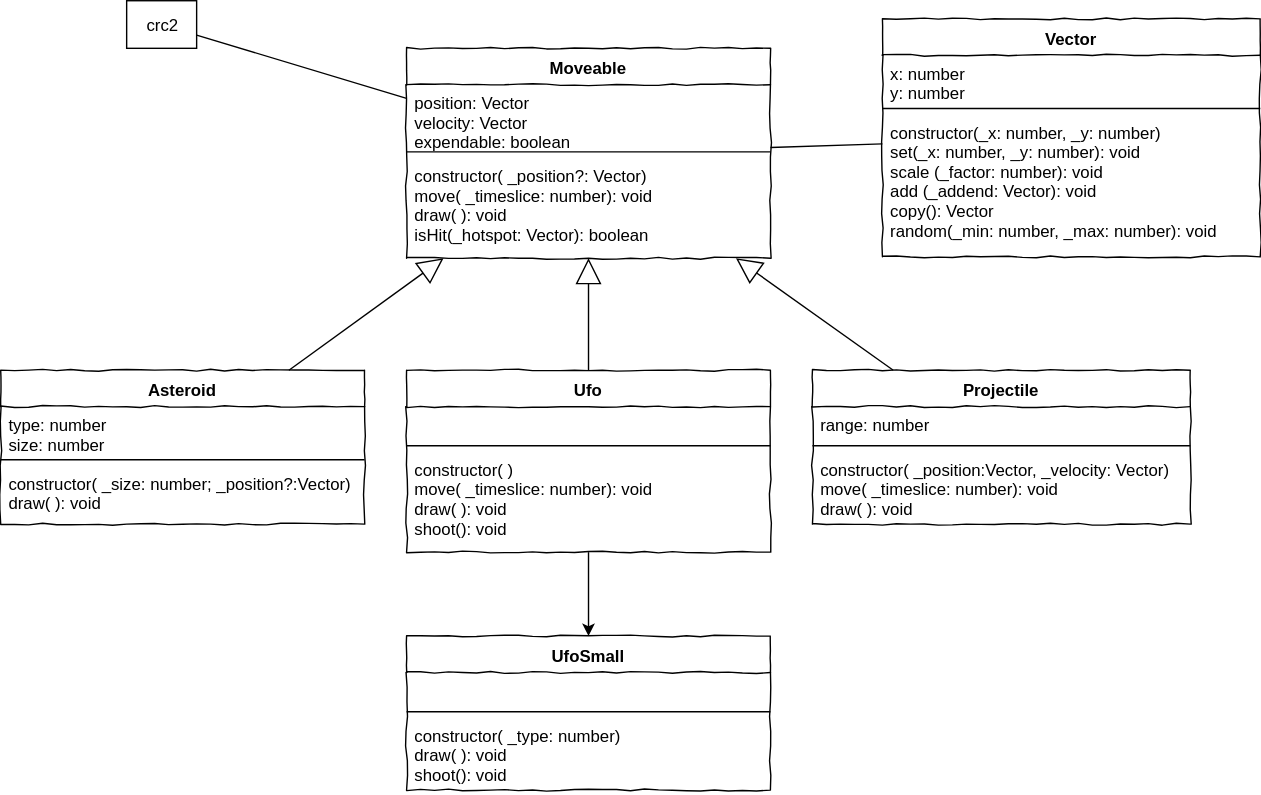
The draw.io diagram L11_Advanced/Material/draw.io/Asteroids_ClassDiagram.svg in JirkaDellOro/EIA2-Inverted, before a commit. Source tidied: cells renumbered, new cells last; positions are measured from the earlier drawing's top-left corner, leaving out a move shared by most shapes.
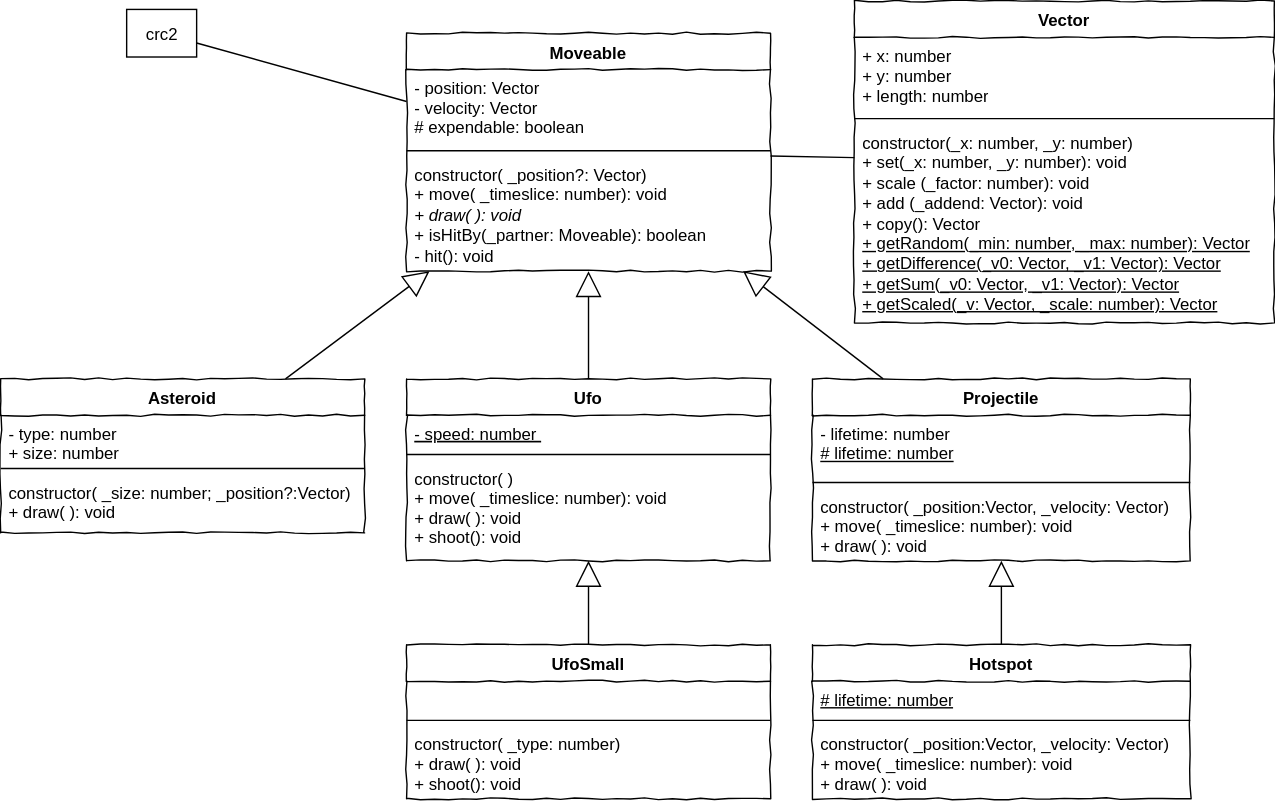
After the change.

Commit message:
Hotspot and Projectile cleaned in template

The edit, as a diff of the source:
```diff
@@ -9,28 +9,28 @@
       <mxGeometry relative="1" as="geometry" />
     </mxCell>
     <mxCell id="4" value="Moveable" style="swimlane;fontStyle=1;align=center;verticalAlign=top;horizontal=1;startSize=26;rounded=0;shadow=0;comic=1;strokeWidth=1;" parent="1" vertex="1">
-      <mxGeometry x="290" y="34" width="260" height="150" as="geometry" />
+      <mxGeometry x="290" y="17" width="260" height="170" as="geometry" />
     </mxCell>
-    <mxCell id="5" value="position: Vector&#10;velocity: Vector&#10;expendable: boolean" style="text;strokeColor=none;fillColor=none;align=left;verticalAlign=top;spacingLeft=4;spacingRight=4;overflow=hidden;" parent="4" vertex="1">
-      <mxGeometry y="26" width="260" height="44" as="geometry" />
+    <mxCell id="5" value="- position: Vector&#10;- velocity: Vector&#10;# expendable: boolean" style="text;strokeColor=none;fillColor=none;align=left;verticalAlign=top;spacingLeft=4;spacingRight=4;overflow=hidden;" parent="4" vertex="1">
+      <mxGeometry y="26" width="260" height="54" as="geometry" />
     </mxCell>
     <mxCell id="6" style="line;strokeWidth=1;fillColor=none;align=left;verticalAlign=middle;spacingTop=-1;spacingLeft=3;spacingRight=3;labelPosition=right;" parent="4" vertex="1">
-      <mxGeometry y="70" width="260" height="8" as="geometry" />
+      <mxGeometry y="80" width="260" height="8" as="geometry" />
     </mxCell>
-    <mxCell id="7" value="constructor( _position?: Vector)&#10;move( _timeslice: number): void&#10;draw( ): void&#10;isHit(_hotspot: Vector): boolean" style="text;strokeColor=none;fillColor=none;align=left;verticalAlign=top;spacingLeft=4;spacingRight=4;overflow=hidden;" parent="4" vertex="1">
-      <mxGeometry y="78" width="260" height="72" as="geometry" />
+    <mxCell id="7" value="constructor( _position?: Vector)&lt;br&gt;+ move( _timeslice: number): void&lt;br&gt;&lt;i&gt;+ draw( ): void&lt;/i&gt;&lt;br&gt;+ isHitBy(_partner: Moveable): boolean&lt;br&gt;- hit(): void" style="text;strokeColor=none;fillColor=none;align=left;verticalAlign=top;spacingLeft=4;spacingRight=4;overflow=hidden;html=1;" parent="4" vertex="1">
+      <mxGeometry y="88" width="260" height="82" as="geometry" />
     </mxCell>
     <mxCell id="8" value="Vector" style="swimlane;fontStyle=1;align=center;verticalAlign=top;horizontal=1;startSize=26;rounded=0;shadow=0;comic=1;strokeWidth=1;" parent="1" vertex="1">
-      <mxGeometry x="630" y="13" width="270" height="170" as="geometry" />
+      <mxGeometry x="610" y="-6" width="300" height="230" as="geometry" />
     </mxCell>
-    <mxCell id="9" value="x: number&#10;y: number" style="text;strokeColor=none;fillColor=none;align=left;verticalAlign=top;spacingLeft=4;spacingRight=4;overflow=hidden;" parent="8" vertex="1">
-      <mxGeometry y="26" width="270" height="34" as="geometry" />
+    <mxCell id="9" value="+ x: number&lt;br&gt;+ y: number&lt;br&gt;+ length: number" style="text;strokeColor=none;fillColor=none;align=left;verticalAlign=top;spacingLeft=4;spacingRight=4;overflow=hidden;fontStyle=0;html=1;" parent="8" vertex="1">
+      <mxGeometry y="26" width="300" height="54" as="geometry" />
     </mxCell>
     <mxCell id="10" style="line;strokeWidth=1;fillColor=none;align=left;verticalAlign=middle;spacingTop=-1;spacingLeft=3;spacingRight=3;labelPosition=right;" parent="8" vertex="1">
-      <mxGeometry y="60" width="270" height="8" as="geometry" />
+      <mxGeometry y="80" width="300" height="8" as="geometry" />
     </mxCell>
-    <mxCell id="11" value="constructor(_x: number, _y: number)&#10;set(_x: number, _y: number): void&#10;scale (_factor: number): void&#10;add (_addend: Vector): void&#10;copy(): Vector&#10;random(_min: number, _max: number): void" style="text;strokeColor=none;fillColor=none;align=left;verticalAlign=top;spacingLeft=4;spacingRight=4;overflow=hidden;" parent="8" vertex="1">
-      <mxGeometry y="68" width="270" height="102" as="geometry" />
+    <mxCell id="11" value="constructor(_x: number, _y: number)&lt;br&gt;+ set(_x: number, _y: number): void&lt;br&gt;+ scale (_factor: number): void&lt;br&gt;+ add (_addend: Vector): void&lt;br&gt;+ copy(): Vector&lt;br&gt;&lt;u&gt;+ getRandom(_min: number, _max: number): Vector&lt;/u&gt;&lt;br&gt;&lt;u&gt;+ getDifference(_v0: Vector, _v1: Vector): Vector&lt;/u&gt;&lt;br&gt;&lt;u&gt;+ getSum(&lt;/u&gt;&lt;u&gt;_v0: Vector, _v1: Vector): Vector&lt;/u&gt;&lt;br&gt;&lt;u&gt;+ getScaled(&lt;/u&gt;&lt;u&gt;_v: Vector,&amp;nbsp;&lt;/u&gt;&lt;u&gt;_scale: number): Vector&lt;/u&gt;" style="text;strokeColor=none;fillColor=none;align=left;verticalAlign=top;spacingLeft=4;spacingRight=4;overflow=hidden;html=1;" parent="8" vertex="1">
+      <mxGeometry y="88" width="300" height="142" as="geometry" />
     </mxCell>
     <mxCell id="12" value="crc2" style="rounded=0;whiteSpace=wrap;html=1;" parent="1" vertex="1">
       <mxGeometry x="90" width="50" height="34" as="geometry" />
@@ -38,31 +38,28 @@
     <mxCell id="13" value="Asteroid" style="swimlane;fontStyle=1;align=center;verticalAlign=top;horizontal=1;startSize=26;rounded=0;shadow=0;comic=1;strokeWidth=1;" parent="1" vertex="1">
       <mxGeometry y="264" width="260" height="110" as="geometry" />
     </mxCell>
-    <mxCell id="14" value="type: number&#10;size: number" style="text;strokeColor=none;fillColor=none;align=left;verticalAlign=top;spacingLeft=4;spacingRight=4;overflow=hidden;" parent="13" vertex="1">
+    <mxCell id="14" value="- type: number&#10;+ size: number" style="text;strokeColor=none;fillColor=none;align=left;verticalAlign=top;spacingLeft=4;spacingRight=4;overflow=hidden;" parent="13" vertex="1">
       <mxGeometry y="26" width="260" height="34" as="geometry" />
     </mxCell>
     <mxCell id="15" style="line;strokeWidth=1;fillColor=none;align=left;verticalAlign=middle;spacingTop=-1;spacingLeft=3;spacingRight=3;labelPosition=right;" parent="13" vertex="1">
       <mxGeometry y="60" width="260" height="8" as="geometry" />
     </mxCell>
-    <mxCell id="16" value="constructor( _size: number; _position?:Vector)&#10;draw( ): void" style="text;strokeColor=none;fillColor=none;align=left;verticalAlign=top;spacingLeft=4;spacingRight=4;overflow=hidden;" parent="13" vertex="1">
+    <mxCell id="16" value="constructor( _size: number; _position?:Vector)&#10;+ draw( ): void" style="text;strokeColor=none;fillColor=none;align=left;verticalAlign=top;spacingLeft=4;spacingRight=4;overflow=hidden;" parent="13" vertex="1">
       <mxGeometry y="68" width="260" height="42" as="geometry" />
     </mxCell>
     <mxCell id="17" style="endArrow=block;endSize=16;endFill=0;html=1;" parent="1" edge="1" source="13" target="4">
       <mxGeometry relative="1" as="geometry" />
     </mxCell>
-    <mxCell id="18" style="edgeStyle=orthogonalEdgeStyle;rounded=0;jettySize=auto;html=1;" parent="1" edge="1" source="19" target="23">
-      <mxGeometry relative="1" as="geometry" />
-    </mxCell>
     <mxCell id="19" value="Ufo" style="swimlane;fontStyle=1;align=center;verticalAlign=top;horizontal=1;startSize=26;rounded=0;shadow=0;comic=1;strokeWidth=1;" parent="1" vertex="1">
       <mxGeometry x="290" y="264" width="260" height="130" as="geometry" />
     </mxCell>
-    <mxCell id="20" value=" " style="text;strokeColor=none;fillColor=none;align=left;verticalAlign=top;spacingLeft=4;spacingRight=4;overflow=hidden;" parent="19" vertex="1">
+    <mxCell id="20" value="- speed: number " style="text;strokeColor=none;fillColor=none;align=left;verticalAlign=top;spacingLeft=4;spacingRight=4;overflow=hidden;fontStyle=4;" parent="19" vertex="1">
       <mxGeometry y="26" width="260" height="24" as="geometry" />
     </mxCell>
     <mxCell id="21" style="line;strokeWidth=1;fillColor=none;align=left;verticalAlign=middle;spacingTop=-1;spacingLeft=3;spacingRight=3;labelPosition=right;" parent="19" vertex="1">
       <mxGeometry y="50" width="260" height="8" as="geometry" />
     </mxCell>
-    <mxCell id="22" value="constructor( )&#10;move( _timeslice: number): void&#10;draw( ): void&#10;shoot(): void" style="text;strokeColor=none;fillColor=none;align=left;verticalAlign=top;spacingLeft=4;spacingRight=4;overflow=hidden;" parent="19" vertex="1">
+    <mxCell id="22" value="constructor( )&#10;+ move( _timeslice: number): void&#10;+ draw( ): void&#10;+ shoot(): void" style="text;strokeColor=none;fillColor=none;align=left;verticalAlign=top;spacingLeft=4;spacingRight=4;overflow=hidden;" parent="19" vertex="1">
       <mxGeometry y="58" width="260" height="72" as="geometry" />
     </mxCell>
     <mxCell id="23" value="UfoSmall" style="swimlane;fontStyle=1;align=center;verticalAlign=top;horizontal=1;startSize=26;rounded=0;shadow=0;comic=1;strokeWidth=1;" parent="1" vertex="1">
@@ -74,26 +71,44 @@
     <mxCell id="25" style="line;strokeWidth=1;fillColor=none;align=left;verticalAlign=middle;spacingTop=-1;spacingLeft=3;spacingRight=3;labelPosition=right;" parent="23" vertex="1">
       <mxGeometry y="50" width="260" height="8" as="geometry" />
     </mxCell>
-    <mxCell id="26" value="constructor( _type: number)&#10;draw( ): void&#10;shoot(): void" style="text;strokeColor=none;fillColor=none;align=left;verticalAlign=top;spacingLeft=4;spacingRight=4;overflow=hidden;" parent="23" vertex="1">
+    <mxCell id="26" value="constructor( _type: number)&#10;+ draw( ): void&#10;+ shoot(): void" style="text;strokeColor=none;fillColor=none;align=left;verticalAlign=top;spacingLeft=4;spacingRight=4;overflow=hidden;" parent="23" vertex="1">
       <mxGeometry y="58" width="260" height="52" as="geometry" />
     </mxCell>
     <mxCell id="27" style="endArrow=block;endSize=16;endFill=0;html=1;" parent="1" edge="1" source="19" target="4">
       <mxGeometry relative="1" as="geometry" />
     </mxCell>
     <mxCell id="28" value="Projectile" style="swimlane;fontStyle=1;align=center;verticalAlign=top;horizontal=1;startSize=26;rounded=0;shadow=0;comic=1;strokeWidth=1;" parent="1" vertex="1">
-      <mxGeometry x="580" y="264" width="270" height="110" as="geometry" />
+      <mxGeometry x="580" y="264" width="270" height="130" as="geometry" />
     </mxCell>
-    <mxCell id="29" value="range: number " style="text;strokeColor=none;fillColor=none;align=left;verticalAlign=top;spacingLeft=4;spacingRight=4;overflow=hidden;" parent="28" vertex="1">
-      <mxGeometry y="26" width="270" height="24" as="geometry" />
+    <mxCell id="29" value="- lifetime: number&amp;nbsp;&lt;br&gt;&lt;u&gt;# lifetime: number&lt;/u&gt;&lt;br&gt;&amp;nbsp;" style="text;strokeColor=none;fillColor=none;align=left;verticalAlign=top;spacingLeft=4;spacingRight=4;overflow=hidden;fontStyle=0;html=1;" parent="28" vertex="1">
+      <mxGeometry y="26" width="270" height="44" as="geometry" />
     </mxCell>
     <mxCell id="30" style="line;strokeWidth=1;fillColor=none;align=left;verticalAlign=middle;spacingTop=-1;spacingLeft=3;spacingRight=3;labelPosition=right;" parent="28" vertex="1">
-      <mxGeometry y="50" width="270" height="8" as="geometry" />
+      <mxGeometry y="70" width="270" height="8" as="geometry" />
     </mxCell>
-    <mxCell id="31" value="constructor( _position:Vector, _velocity: Vector)&#10;move( _timeslice: number): void&#10;draw( ): void" style="text;strokeColor=none;fillColor=none;align=left;verticalAlign=top;spacingLeft=4;spacingRight=4;overflow=hidden;" parent="28" vertex="1">
-      <mxGeometry y="58" width="270" height="52" as="geometry" />
+    <mxCell id="31" value="constructor( _position:Vector, _velocity: Vector)&#10;+ move( _timeslice: number): void&#10;+ draw( ): void" style="text;strokeColor=none;fillColor=none;align=left;verticalAlign=top;spacingLeft=4;spacingRight=4;overflow=hidden;" parent="28" vertex="1">
+      <mxGeometry y="78" width="270" height="52" as="geometry" />
     </mxCell>
+    <mxCell id="33" value="Hotspot" style="swimlane;fontStyle=1;align=center;verticalAlign=top;horizontal=1;startSize=26;rounded=0;shadow=0;comic=1;strokeWidth=1;" parent="1" vertex="1">
+      <mxGeometry x="580" y="454" width="270" height="110" as="geometry" />
+    </mxCell>
+    <mxCell id="34" value="&lt;u&gt;# lifetime: number&lt;/u&gt;&lt;br&gt;&amp;nbsp;" style="text;strokeColor=none;fillColor=none;align=left;verticalAlign=top;spacingLeft=4;spacingRight=4;overflow=hidden;html=1;" parent="33" vertex="1">
+      <mxGeometry y="26" width="270" height="24" as="geometry" />
+    </mxCell>
+    <mxCell id="35" style="line;strokeWidth=1;fillColor=none;align=left;verticalAlign=middle;spacingTop=-1;spacingLeft=3;spacingRight=3;labelPosition=right;" parent="33" vertex="1">
+      <mxGeometry y="50" width="270" height="8" as="geometry" />
+    </mxCell>
+    <mxCell id="36" value="constructor( _position:Vector, _velocity: Vector)&#10;+ move( _timeslice: number): void&#10;+ draw( ): void" style="text;strokeColor=none;fillColor=none;align=left;verticalAlign=top;spacingLeft=4;spacingRight=4;overflow=hidden;" parent="33" vertex="1">
+      <mxGeometry y="58" width="270" height="52" as="geometry" />
+    </mxCell>
     <mxCell id="32" style="endArrow=block;endSize=16;endFill=0;html=1;" parent="1" edge="1" source="28" target="4">
       <mxGeometry relative="1" as="geometry" />
     </mxCell>
+    <mxCell id="37" style="endArrow=block;endSize=16;endFill=0;html=1;" parent="1" edge="1" source="23" target="19">
+      <mxGeometry relative="1" as="geometry" />
+    </mxCell>
+    <mxCell id="38" style="endArrow=block;endSize=16;endFill=0;html=1;" parent="1" edge="1" source="33" target="28">
+      <mxGeometry relative="1" as="geometry" />
+    </mxCell>
   </root>
 </mxGraphModel>
```
